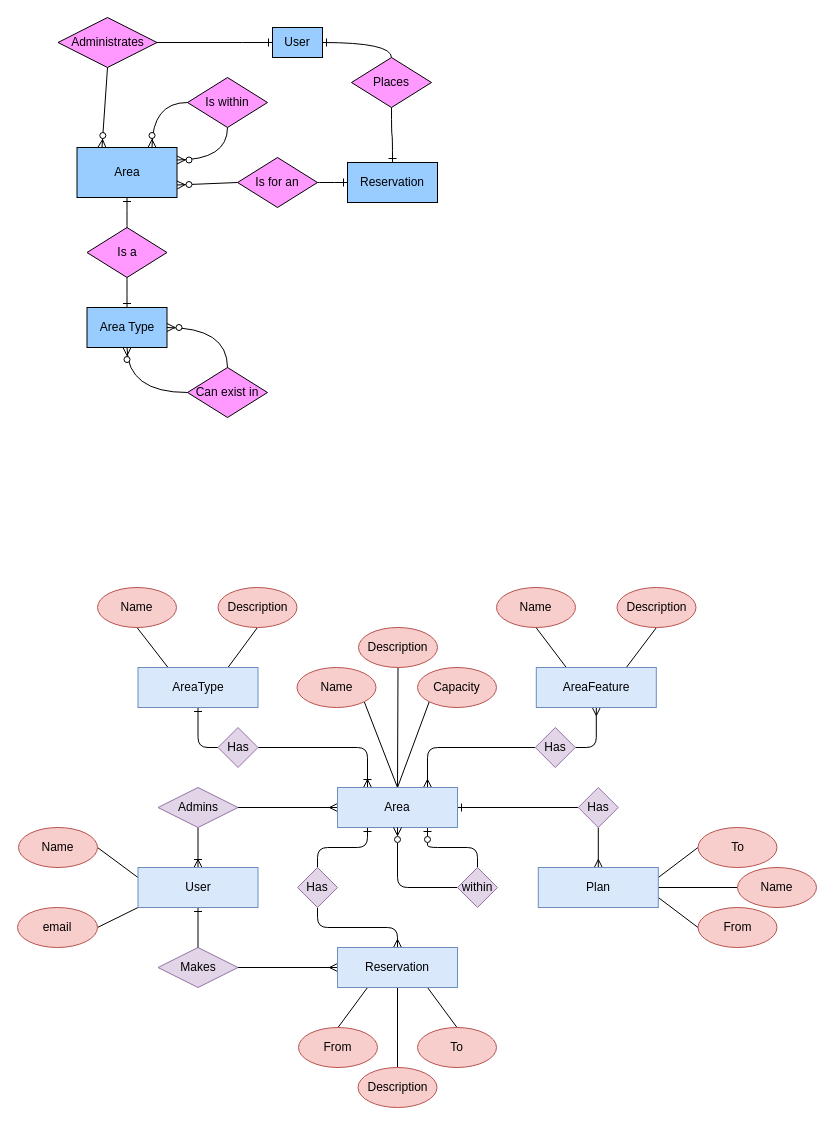
This is page "Simple Diagram" (1 of 2) of docs/database diagram.drawio from odinguden/office-space-manager, a draw.io file, before an edit. Source tidied: cells renumbered, new cells numbered last; positions are measured from the earlier drawing's top-left corner, leaving out a move shared by most shapes. Both pictures are drawn from the tidied source at 100%, with x=0, y=0 at pixel (17, 17).
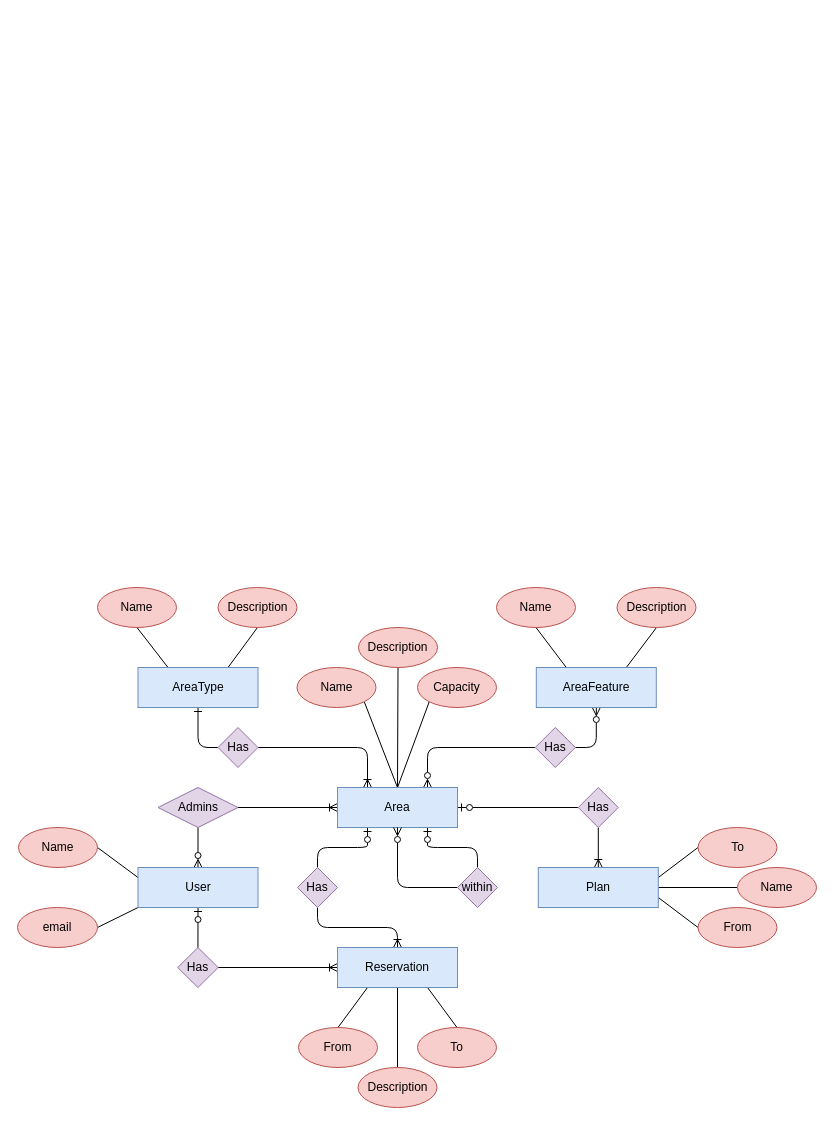
The same page after the edit.

Commit message (it also covers changes not shown here):
Fixed database diagram relations

The change refers to these unchanged cells:
```xml
<mxCell id="33" value="Area" style="rounded=0;whiteSpace=wrap;html=1;fillColor=#dae8fc;strokeColor=#6c8ebf;" parent="1" vertex="1">
  <mxGeometry x="320" y="770" width="120" height="40" as="geometry" />
</mxCell>
<mxCell id="35" value="Has" style="rhombus;whiteSpace=wrap;html=1;fillColor=#e1d5e7;strokeColor=#9673a6;" parent="1" vertex="1">
  <mxGeometry x="517.8" y="710" width="40" height="40" as="geometry" />
</mxCell>
<mxCell id="39" value="Has" style="rhombus;whiteSpace=wrap;html=1;fillColor=#e1d5e7;strokeColor=#9673a6;" parent="1" vertex="1">
  <mxGeometry x="280" y="850" width="40" height="40" as="geometry" />
</mxCell>
<mxCell id="41" value="Has" style="rhombus;whiteSpace=wrap;html=1;fillColor=#e1d5e7;strokeColor=#9673a6;" parent="1" vertex="1">
  <mxGeometry x="560.8" y="770" width="40" height="40" as="geometry" />
</mxCell>
<mxCell id="43" value="Admins" style="rhombus;whiteSpace=wrap;html=1;fillColor=#e1d5e7;strokeColor=#9673a6;" parent="1" vertex="1">
  <mxGeometry x="140.5" y="770" width="80" height="40" as="geometry" />
</mxCell>
<mxCell id="49" value="User" style="rounded=0;whiteSpace=wrap;html=1;fillColor=#dae8fc;strokeColor=#6c8ebf;" parent="1" vertex="1">
  <mxGeometry x="120.5" y="850" width="120" height="40" as="geometry" />
</mxCell>
<mxCell id="53" value="Reservation" style="rounded=0;whiteSpace=wrap;html=1;fillColor=#dae8fc;strokeColor=#6c8ebf;" parent="1" vertex="1">
  <mxGeometry x="320" y="930" width="120" height="40" as="geometry" />
</mxCell>
<mxCell id="57" value="Plan" style="rounded=0;whiteSpace=wrap;html=1;fillColor=#dae8fc;strokeColor=#6c8ebf;" parent="1" vertex="1">
  <mxGeometry x="520.8" y="850" width="120" height="40" as="geometry" />
</mxCell>
<mxCell id="60" value="AreaFeature" style="rounded=0;whiteSpace=wrap;html=1;fillColor=#dae8fc;strokeColor=#6c8ebf;" parent="1" vertex="1">
  <mxGeometry x="518.8" y="650" width="120" height="40" as="geometry" />
</mxCell>
```

Diff of the diagram source:
```diff
@@
-    <mxCell id="2" value="User" style="rounded=0;whiteSpace=wrap;html=1;fillColor=#99CCFF;" parent="1" vertex="1">
-      <mxGeometry x="255" y="10" width="50" height="30" as="geometry" />
-    </mxCell>
-    <mxCell id="3" value="Area" style="rounded=0;whiteSpace=wrap;html=1;direction=east;fillColor=#99CCFF;" parent="1" vertex="1">
-      <mxGeometry x="59.5" y="130" width="100" height="50" as="geometry" />
-    </mxCell>
-    <mxCell id="4" value="Reservation" style="rounded=0;whiteSpace=wrap;html=1;fillColor=#99CCFF;" parent="1" vertex="1">
-      <mxGeometry x="330" y="145" width="90" height="40" as="geometry" />
-    </mxCell>
-    <mxCell id="5" value="Area Type" style="rounded=0;whiteSpace=wrap;html=1;fillColor=#99CCFF;" parent="1" vertex="1">
-      <mxGeometry x="69.5" y="290" width="80" height="40" as="geometry" />
-    </mxCell>
-    <mxCell id="6" value="Administrates" style="rhombus;whiteSpace=wrap;html=1;fillColor=#FF99FF;" parent="1" vertex="1">
-      <mxGeometry x="40.5" width="99" height="50" as="geometry" />
-    </mxCell>
-    <mxCell id="7" value="Places" style="rhombus;whiteSpace=wrap;html=1;fillColor=#FF99FF;" parent="1" vertex="1">
-      <mxGeometry x="334" y="40" width="80" height="50" as="geometry" />
-    </mxCell>
-    <mxCell id="8" value="Is within" style="rhombus;whiteSpace=wrap;html=1;fillColor=#FF99FF;" parent="1" vertex="1">
-      <mxGeometry x="170" y="60" width="80" height="50" as="geometry" />
-    </mxCell>
-    <mxCell id="9" value="Is a" style="rhombus;whiteSpace=wrap;html=1;fillColor=#FF99FF;" parent="1" vertex="1">
-      <mxGeometry x="69.5" y="210" width="80" height="50" as="geometry" />
-    </mxCell>
-    <mxCell id="10" value="&lt;div&gt;Can exist&amp;nbsp;&lt;span style=&quot;background-color: transparent; color: light-dark(rgb(0, 0, 0), rgb(255, 255, 255));&quot;&gt;in&lt;/span&gt;&lt;/div&gt;" style="rhombus;whiteSpace=wrap;html=1;fillColor=#FF99FF;" parent="1" vertex="1">
-      <mxGeometry x="170" y="350" width="80" height="50" as="geometry" />
-    </mxCell>
-    <mxCell id="11" value="Is for an" style="rhombus;whiteSpace=wrap;html=1;fillColor=#FF99FF;" parent="1" vertex="1">
-      <mxGeometry x="220" y="140" width="80" height="50" as="geometry" />
-    </mxCell>
-    <mxCell id="12" style="fontSize=12;html=1;endArrow=ERzeroToMany;endFill=1;rounded=0;entryX=0.25;entryY=0;entryDx=0;entryDy=0;exitX=0.5;exitY=1;exitDx=0;exitDy=0;" parent="1" edge="1" source="6" target="3">
-      <mxGeometry relative="1" as="geometry" />
-    </mxCell>
-    <mxCell id="13" style="edgeStyle=entityRelationEdgeStyle;fontSize=12;html=1;endArrow=ERone;endFill=1;rounded=0;exitX=1;exitY=0.5;exitDx=0;exitDy=0;entryX=0;entryY=0.5;entryDx=0;entryDy=0;" parent="1" edge="1" source="6" target="2">
-      <mxGeometry relative="1" as="geometry" />
-    </mxCell>
-    <mxCell id="14" style="edgeStyle=orthogonalEdgeStyle;fontSize=12;html=1;endArrow=ERzeroToMany;endFill=1;rounded=0;entryX=0.75;entryY=0;entryDx=0;entryDy=0;exitX=0;exitY=0.5;exitDx=0;exitDy=0;curved=1;" parent="1" edge="1" source="8" target="3">
-      <mxGeometry relative="1" as="geometry" />
-    </mxCell>
-    <mxCell id="15" style="edgeStyle=orthogonalEdgeStyle;fontSize=12;html=1;endArrow=ERzeroToMany;endFill=1;rounded=0;exitX=0.5;exitY=1;exitDx=0;exitDy=0;entryX=1;entryY=0.25;entryDx=0;entryDy=0;curved=1;" parent="1" edge="1" source="8" target="3">
-      <mxGeometry relative="1" as="geometry" />
-    </mxCell>
-    <mxCell id="16" style="edgeStyle=orthogonalEdgeStyle;fontSize=12;html=1;endArrow=ERone;endFill=1;rounded=0;exitX=0.5;exitY=0;exitDx=0;exitDy=0;entryX=0.5;entryY=1;entryDx=0;entryDy=0;curved=1;" parent="1" edge="1" source="9" target="3">
-      <mxGeometry relative="1" as="geometry" />
-    </mxCell>
-    <mxCell id="17" style="edgeStyle=orthogonalEdgeStyle;fontSize=12;html=1;endArrow=ERone;endFill=1;rounded=0;entryX=0.5;entryY=0;entryDx=0;entryDy=0;curved=1;exitX=0.5;exitY=1;exitDx=0;exitDy=0;" parent="1" edge="1" source="9" target="5">
-      <mxGeometry relative="1" as="geometry" />
-    </mxCell>
-    <mxCell id="18" style="edgeStyle=orthogonalEdgeStyle;fontSize=12;html=1;endArrow=ERzeroToMany;endFill=1;rounded=0;entryX=0.5;entryY=1;entryDx=0;entryDy=0;exitX=0;exitY=0.5;exitDx=0;exitDy=0;curved=1;" parent="1" edge="1" source="10" target="5">
-      <mxGeometry relative="1" as="geometry" />
-    </mxCell>
-    <mxCell id="19" style="edgeStyle=orthogonalEdgeStyle;fontSize=12;html=1;endArrow=ERzeroToMany;endFill=1;rounded=0;entryX=1;entryY=0.5;entryDx=0;entryDy=0;exitX=0.5;exitY=0;exitDx=0;exitDy=0;curved=1;" parent="1" edge="1" source="10" target="5">
-      <mxGeometry relative="1" as="geometry" />
-    </mxCell>
-    <mxCell id="20" style="edgeStyle=orthogonalEdgeStyle;fontSize=12;html=1;endArrow=ERone;endFill=1;rounded=0;exitX=1;exitY=0.5;exitDx=0;exitDy=0;curved=1;entryX=0;entryY=0.5;entryDx=0;entryDy=0;" parent="1" edge="1" source="11" target="4">
-      <mxGeometry relative="1" as="geometry" />
-    </mxCell>
-    <mxCell id="21" style="fontSize=12;html=1;endArrow=ERzeroToMany;endFill=1;rounded=0;entryX=1;entryY=0.75;entryDx=0;entryDy=0;exitX=0;exitY=0.5;exitDx=0;exitDy=0;" parent="1" edge="1" source="11" target="3">
-      <mxGeometry relative="1" as="geometry" />
-    </mxCell>
-    <mxCell id="22" style="fontSize=12;html=1;endArrow=ERone;endFill=1;rounded=0;entryX=1;entryY=0.5;entryDx=0;entryDy=0;exitX=0.5;exitY=0;exitDx=0;exitDy=0;edgeStyle=orthogonalEdgeStyle;curved=1;" parent="1" edge="1" source="7" target="2">
-      <mxGeometry relative="1" as="geometry" />
-    </mxCell>
-    <mxCell id="23" style="fontSize=12;html=1;endArrow=ERone;endFill=1;rounded=0;exitX=0.5;exitY=1;exitDx=0;exitDy=0;entryX=0.5;entryY=0;entryDx=0;entryDy=0;edgeStyle=orthogonalEdgeStyle;elbow=vertical;curved=1;" parent="1" edge="1" source="7" target="4">
-      <mxGeometry relative="1" as="geometry" />
-    </mxCell>
-    <mxCell id="24" style="edgeStyle=orthogonalEdgeStyle;html=1;exitX=0.75;exitY=0;exitDx=0;exitDy=0;entryX=0;entryY=0.5;entryDx=0;entryDy=0;endArrow=none;endFill=0;startArrow=ERmany;startFill=0;" parent="1" edge="1" source="33" target="35">
+    <mxCell id="24" style="edgeStyle=orthogonalEdgeStyle;html=1;exitX=0.75;exitY=0;exitDx=0;exitDy=0;entryX=0;entryY=0.5;entryDx=0;entryDy=0;endArrow=none;endFill=0;startArrow=ERzeroToMany;startFill=0;" parent="1" edge="1" source="33" target="35">
       <mxGeometry relative="1" as="geometry" />
     </mxCell>
@@
-    <mxCell id="26" style="edgeStyle=orthogonalEdgeStyle;html=1;exitX=0;exitY=0.5;exitDx=0;exitDy=0;entryX=1;entryY=0.5;entryDx=0;entryDy=0;endArrow=none;endFill=0;startArrow=ERmany;startFill=0;" parent="1" edge="1" source="33" target="43">
+    <mxCell id="26" style="edgeStyle=orthogonalEdgeStyle;html=1;exitX=0;exitY=0.5;exitDx=0;exitDy=0;entryX=1;entryY=0.5;entryDx=0;entryDy=0;endArrow=none;endFill=0;startArrow=ERoneToMany;startFill=0;" parent="1" edge="1" source="33" target="43">
       <mxGeometry relative="1" as="geometry" />
     </mxCell>
-    <mxCell id="27" style="edgeStyle=orthogonalEdgeStyle;html=1;exitX=1;exitY=0.5;exitDx=0;exitDy=0;entryX=0;entryY=0.5;entryDx=0;entryDy=0;endArrow=none;endFill=0;startArrow=ERone;startFill=0;" parent="1" edge="1" source="33" target="41">
+    <mxCell id="27" style="edgeStyle=orthogonalEdgeStyle;html=1;exitX=1;exitY=0.5;exitDx=0;exitDy=0;entryX=0;entryY=0.5;entryDx=0;entryDy=0;endArrow=none;endFill=0;startArrow=ERzeroToOne;startFill=0;" parent="1" edge="1" source="33" target="41">
       <mxGeometry relative="1" as="geometry" />
     </mxCell>
-    <mxCell id="28" style="edgeStyle=orthogonalEdgeStyle;html=1;exitX=0.25;exitY=1;exitDx=0;exitDy=0;entryX=0.5;entryY=0;entryDx=0;entryDy=0;endArrow=none;endFill=0;startArrow=ERone;startFill=0;" parent="1" edge="1" source="33" target="39">
+    <mxCell id="28" style="edgeStyle=orthogonalEdgeStyle;html=1;exitX=0.25;exitY=1;exitDx=0;exitDy=0;entryX=0.5;entryY=0;entryDx=0;entryDy=0;endArrow=none;endFill=0;startArrow=ERzeroToOne;startFill=0;" parent="1" edge="1" source="33" target="39">
       <mxGeometry relative="1" as="geometry" />
     </mxCell>
@@
-    <mxCell id="34" style="edgeStyle=orthogonalEdgeStyle;html=1;exitX=1;exitY=0.5;exitDx=0;exitDy=0;entryX=0.5;entryY=1;entryDx=0;entryDy=0;endArrow=ERmany;endFill=0;" parent="1" edge="1" source="35" target="60">
+    <mxCell id="34" style="edgeStyle=orthogonalEdgeStyle;html=1;exitX=1;exitY=0.5;exitDx=0;exitDy=0;entryX=0.5;entryY=1;entryDx=0;entryDy=0;endArrow=ERzeroToMany;endFill=0;" parent="1" edge="1" source="35" target="60">
       <mxGeometry relative="1" as="geometry" />
     </mxCell>
@@
-    <mxCell id="38" style="edgeStyle=orthogonalEdgeStyle;html=1;exitX=0.5;exitY=1;exitDx=0;exitDy=0;entryX=0.5;entryY=0;entryDx=0;entryDy=0;endArrow=ERmany;endFill=0;" parent="1" edge="1" source="39" target="53">
+    <mxCell id="38" style="edgeStyle=orthogonalEdgeStyle;html=1;exitX=0.5;exitY=1;exitDx=0;exitDy=0;entryX=0.5;entryY=0;entryDx=0;entryDy=0;endArrow=ERoneToMany;endFill=0;" parent="1" edge="1" source="39" target="53">
       <mxGeometry relative="1" as="geometry" />
     </mxCell>
@@
-    <mxCell id="40" style="edgeStyle=orthogonalEdgeStyle;html=1;exitX=0.5;exitY=1;exitDx=0;exitDy=0;entryX=0.5;entryY=0;entryDx=0;entryDy=0;endArrow=ERmany;endFill=0;" parent="1" edge="1" source="41" target="57">
+    <mxCell id="40" style="edgeStyle=orthogonalEdgeStyle;html=1;exitX=0.5;exitY=1;exitDx=0;exitDy=0;entryX=0.5;entryY=0;entryDx=0;entryDy=0;endArrow=ERoneToMany;endFill=0;" parent="1" edge="1" source="41" target="57">
       <mxGeometry relative="1" as="geometry" />
     </mxCell>
@@
-    <mxCell id="42" style="edgeStyle=orthogonalEdgeStyle;html=1;exitX=0.5;exitY=1;exitDx=0;exitDy=0;entryX=0.5;entryY=0;entryDx=0;entryDy=0;endArrow=ERoneToMany;endFill=0;" parent="1" edge="1" source="43" target="49">
+    <mxCell id="42" style="edgeStyle=orthogonalEdgeStyle;html=1;exitX=0.5;exitY=1;exitDx=0;exitDy=0;entryX=0.5;entryY=0;entryDx=0;entryDy=0;endArrow=ERzeroToMany;endFill=0;" parent="1" edge="1" source="43" target="49">
       <mxGeometry relative="1" as="geometry" />
     </mxCell>
@@
-    <mxCell id="44" style="edgeStyle=orthogonalEdgeStyle;html=1;exitX=1;exitY=0.5;exitDx=0;exitDy=0;entryX=0;entryY=0.5;entryDx=0;entryDy=0;startArrow=none;startFill=0;endArrow=ERmany;endFill=0;" parent="1" edge="1" source="45" target="53">
+    <mxCell id="44" style="edgeStyle=orthogonalEdgeStyle;html=1;exitX=1;exitY=0.5;exitDx=0;exitDy=0;entryX=0;entryY=0.5;entryDx=0;entryDy=0;startArrow=none;startFill=0;endArrow=ERoneToMany;endFill=0;" parent="1" edge="1" source="45" target="53">
       <mxGeometry relative="1" as="geometry" />
     </mxCell>
-    <mxCell id="45" value="Makes" style="rhombus;whiteSpace=wrap;html=1;fillColor=#e1d5e7;strokeColor=#9673a6;" parent="1" vertex="1">
-      <mxGeometry x="140.5" y="930" width="80" height="40" as="geometry" />
+    <mxCell id="45" value="Has" style="rhombus;whiteSpace=wrap;html=1;fillColor=#e1d5e7;strokeColor=#9673a6;" parent="1" vertex="1">
+      <mxGeometry x="160.2" y="930" width="40.5" height="40" as="geometry" />
     </mxCell>
-    <mxCell id="46" style="edgeStyle=orthogonalEdgeStyle;html=1;exitX=0.5;exitY=1;exitDx=0;exitDy=0;entryX=0.5;entryY=0;entryDx=0;entryDy=0;endArrow=none;endFill=0;startArrow=ERone;startFill=0;" parent="1" edge="1" source="49" target="45">
+    <mxCell id="46" style="edgeStyle=orthogonalEdgeStyle;html=1;exitX=0.5;exitY=1;exitDx=0;exitDy=0;entryX=0.5;entryY=0;entryDx=0;entryDy=0;endArrow=none;endFill=0;startArrow=ERzeroToOne;startFill=0;" parent="1" edge="1" source="49" target="45">
       <mxGeometry relative="1" as="geometry" />
     </mxCell>
```
